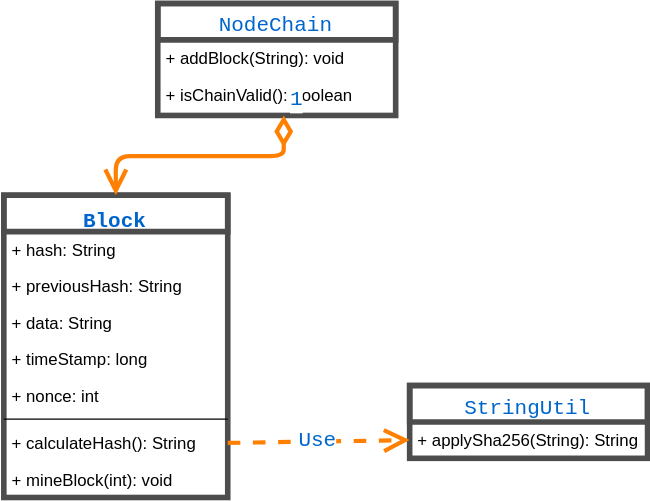
This is img/noobchain-class-dia.svg from indrabasak/blockchain-noobchain, a draw.io export, as it was before one commit. Source tidied: cells renumbered, new cells last; positions are measured from the earlier drawing's top-left corner, leaving out a move shared by most shapes.
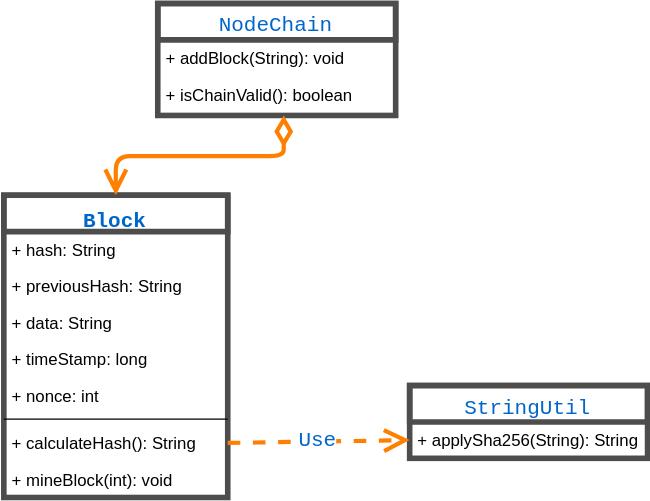
The same diagram one commit later.

Diff of the diagram source:
```diff
@@ -38,7 +38,7 @@
     <mxCell id="13" value="+ mineBlock(int): void" style="text;strokeColor=none;fillColor=none;align=left;verticalAlign=top;spacingLeft=4;spacingRight=4;overflow=hidden;" parent="5" vertex="1">
       <mxGeometry y="190" width="160" height="26" as="geometry" />
     </mxCell>
-    <mxCell id="14" value="1" style="endArrow=open;html=1;endSize=12;startArrow=diamondThin;startSize=14;startFill=0;edgeStyle=orthogonalEdgeStyle;align=left;verticalAlign=bottom;strokeColor=#FF8000;strokeWidth=3;fontFamily=Courier New;fontSize=15;fontColor=#0066CC;exitX=0.529;exitY=1;exitPerimeter=0;entryX=0.5;entryY=0;" parent="1" edge="1" source="4" target="5">
+    <mxCell id="14" style="endArrow=open;html=1;endSize=12;startArrow=diamondThin;startSize=14;startFill=0;edgeStyle=orthogonalEdgeStyle;align=left;verticalAlign=bottom;strokeColor=#FF8000;strokeWidth=3;fontFamily=Courier New;fontSize=15;fontColor=#0066CC;exitX=0.529;exitY=1;exitPerimeter=0;entryX=0.5;entryY=0;" parent="1" edge="1" source="4" target="5">
       <mxGeometry x="-1" y="3" relative="1" as="geometry" />
     </mxCell>
     <mxCell id="15" value="StringUtil" style="swimlane;fontStyle=0;horizontal=1;startSize=26;fillColor=none;swimlaneFillColor=#ffffff;labelBackgroundColor=none;strokeColor=#4D4D4D;strokeWidth=4;fontFamily=Courier New;fontSize=15;fontColor=#0066CC;align=center;" parent="1" vertex="1">
```
